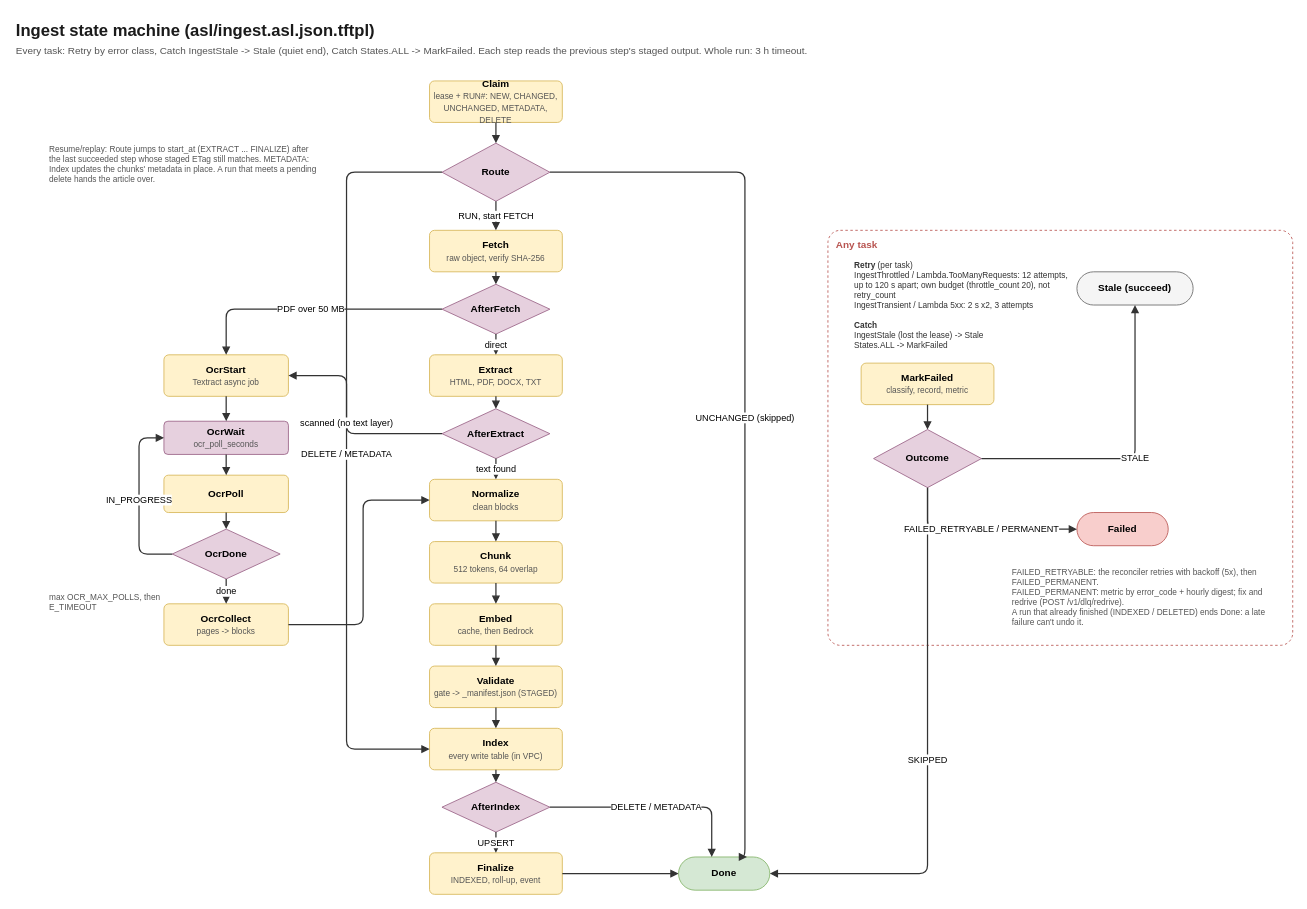
naya-tech-team/entingestion keeps this draw.io diagram as page "4. Ingest state machine" (4 of 10) of docs/diagrams/entingestion.drawio. Above is the earlier version. Source tidied: cells renumbered, new cells numbered last; positions are measured from the earlier drawing's top-left corner, leaving out a move shared by most shapes. Both pictures are drawn from the tidied source at 83%, with x=0, y=0 at pixel (14, 14).
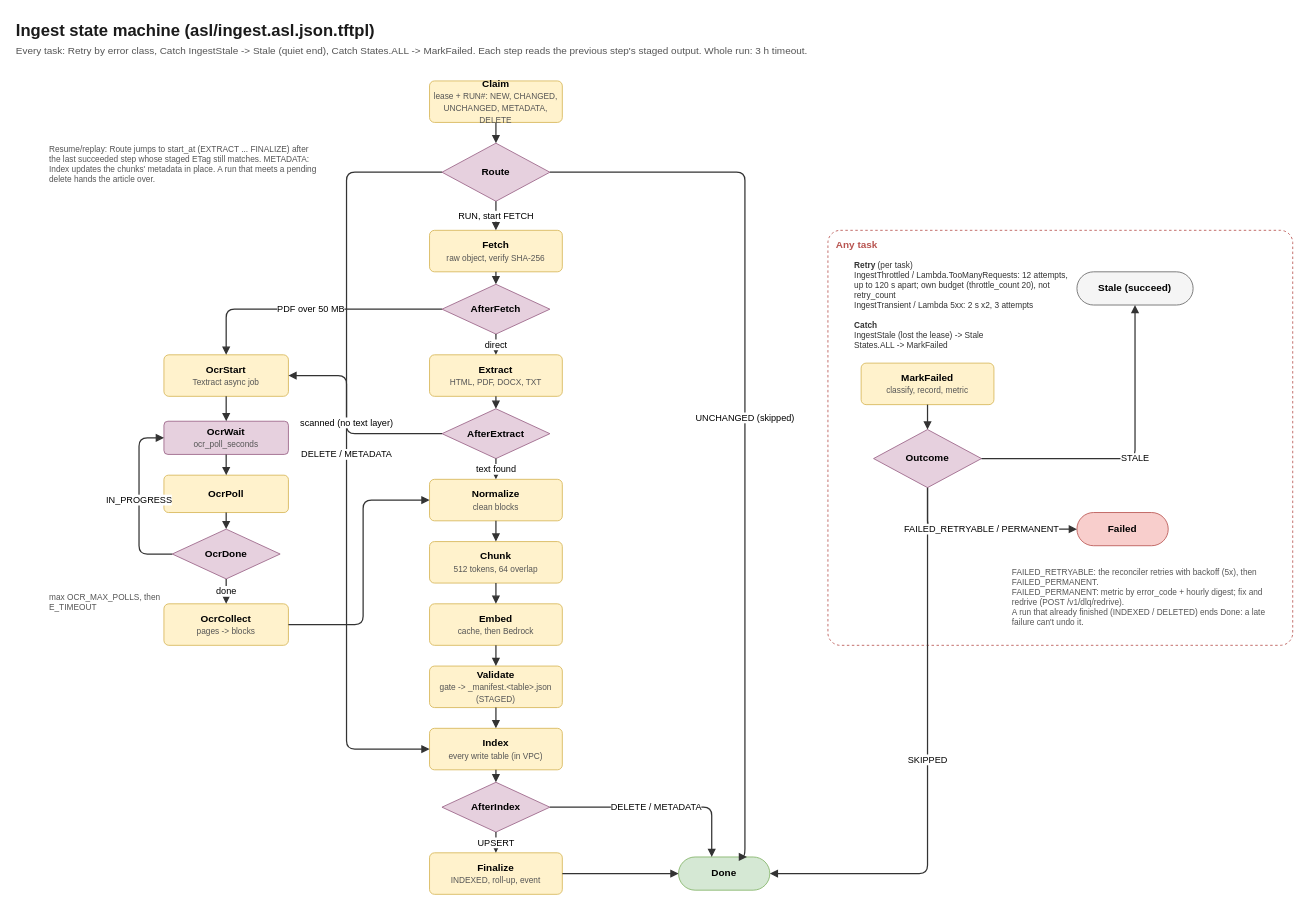
The same page after the edit.

Diff of the diagram source:
```diff
@@
-    <mxCell id="13" value="&lt;b&gt;Validate&lt;/b&gt;&lt;br&gt;&lt;font style='font-size:10px' color='#555555'&gt;gate -&amp;gt; _manifest.json (STAGED)&lt;/font&gt;" style="rounded=1;arcSize=12;whiteSpace=wrap;html=1;fillColor=#fff2cc;strokeColor=#d6b656;fontFamily=Helvetica;fontSize=12;" parent="1" vertex="1">
+    <mxCell id="13" value="&lt;b&gt;Validate&lt;/b&gt;&lt;br&gt;&lt;font style='font-size:10px' color='#555555'&gt;gate -&amp;gt; _manifest.&amp;lt;table&amp;gt;.json (STAGED)&lt;/font&gt;" style="rounded=1;arcSize=12;whiteSpace=wrap;html=1;fillColor=#fff2cc;strokeColor=#d6b656;fontFamily=Helvetica;fontSize=12;" parent="1" vertex="1">
       <mxGeometry x="500" y="785" width="160" height="50" as="geometry" />
     </mxCell>
```
